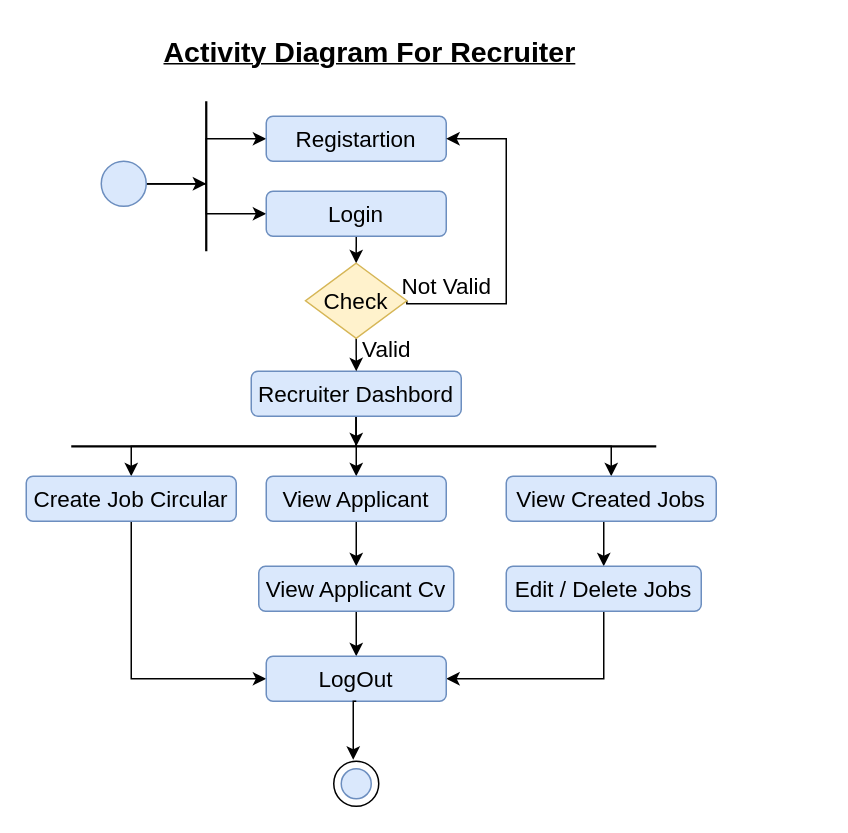
Before: page "Page-4" (4 of 10) of public/uploads/Untitled Diagram.drawio in musaddak7/jobportalbd, a draw.io diagram. Source tidied: cells renumbered, new cells numbered last; positions are measured from the earlier drawing's top-left corner, leaving out a move shared by most shapes. Both pictures are drawn from the tidied source at 150%, with x=0, y=0 at pixel (26, 26).
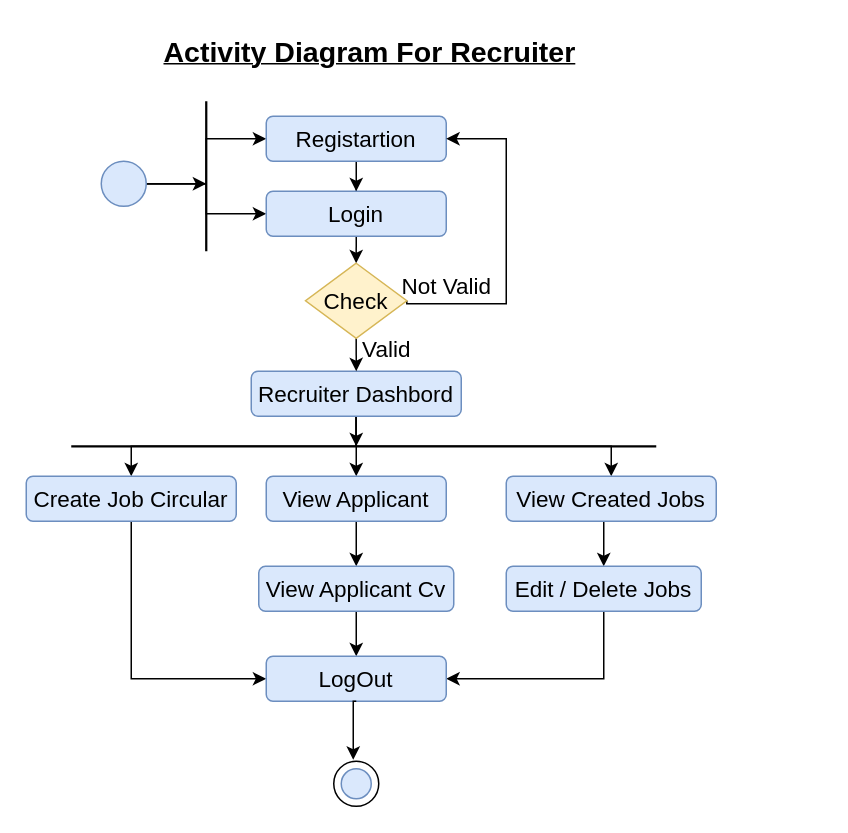
Above is the later version.

Unchanged cells that the change refers to:
```xml
<mxCell id="6" value="&lt;font style=&quot;font-size: 15px;&quot;&gt;Registartion&lt;/font&gt;" style="rounded=1;whiteSpace=wrap;html=1;fillColor=#dae8fc;strokeColor=#6c8ebf;" parent="1" vertex="1">
  <mxGeometry x="160" y="60" width="120" height="30" as="geometry" />
</mxCell>
<mxCell id="8" value="&lt;font style=&quot;font-size: 15px;&quot;&gt;Login&lt;/font&gt;" style="rounded=1;whiteSpace=wrap;html=1;fillColor=#dae8fc;strokeColor=#6c8ebf;" parent="1" vertex="1">
  <mxGeometry x="160" y="110" width="120" height="30" as="geometry" />
</mxCell>
```

The edit, as a diff of the source:
```diff
@@
+    <mxCell id="36" style="edgeStyle=orthogonalEdgeStyle;rounded=0;jettySize=auto;html=1;exitX=0.5;exitY=1;exitDx=0;exitDy=0;" parent="1" edge="1" source="6" target="8">
+      <mxGeometry relative="1" as="geometry" />
+    </mxCell>
```
